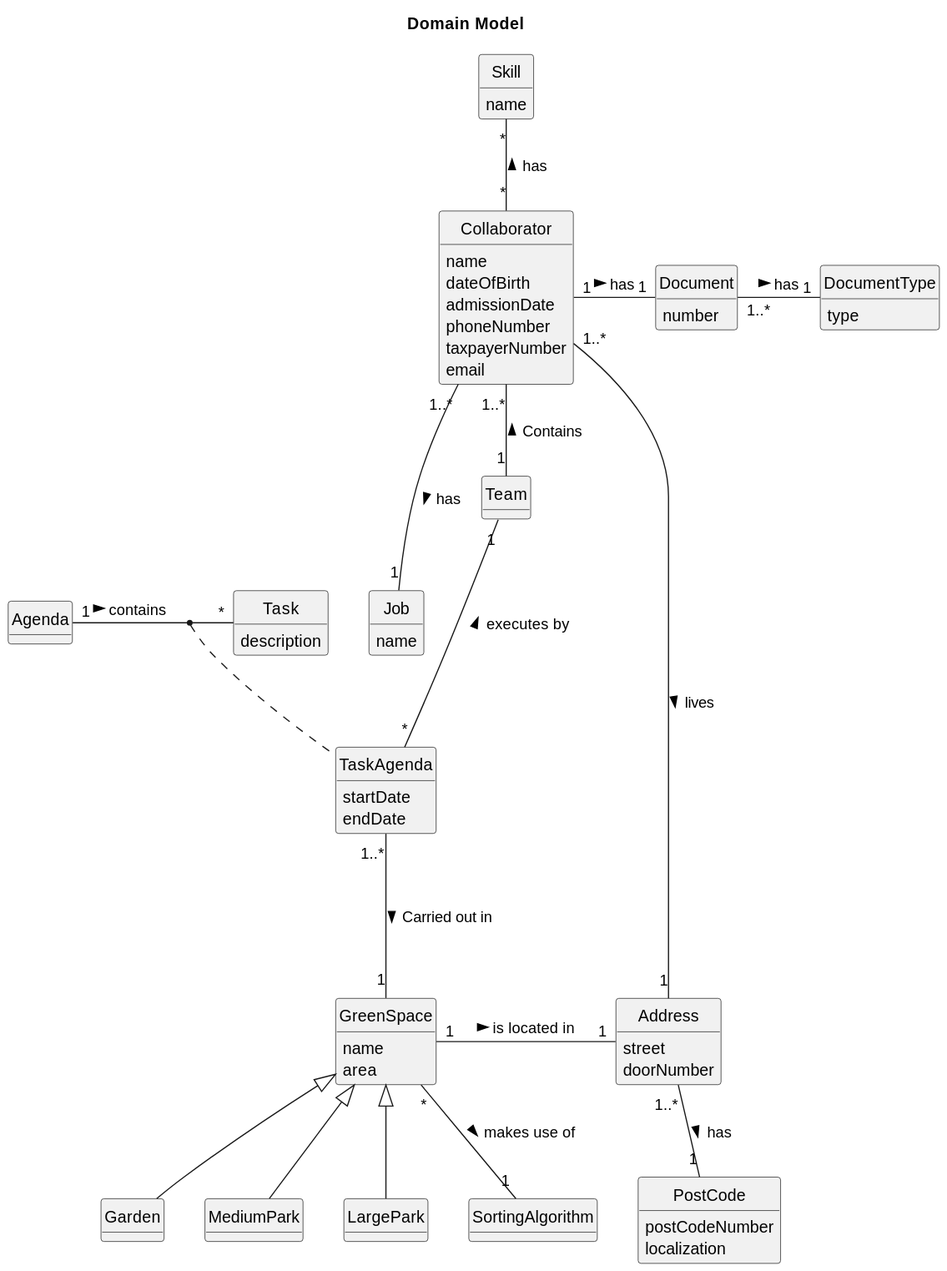
Above: docs/sprint3/us28/02.analysis/svg/us28-domain-model.svg in Departamento-de-Engenharia-Informatica/lei-24-s2-1db-g022 (PlantUML), before the change.
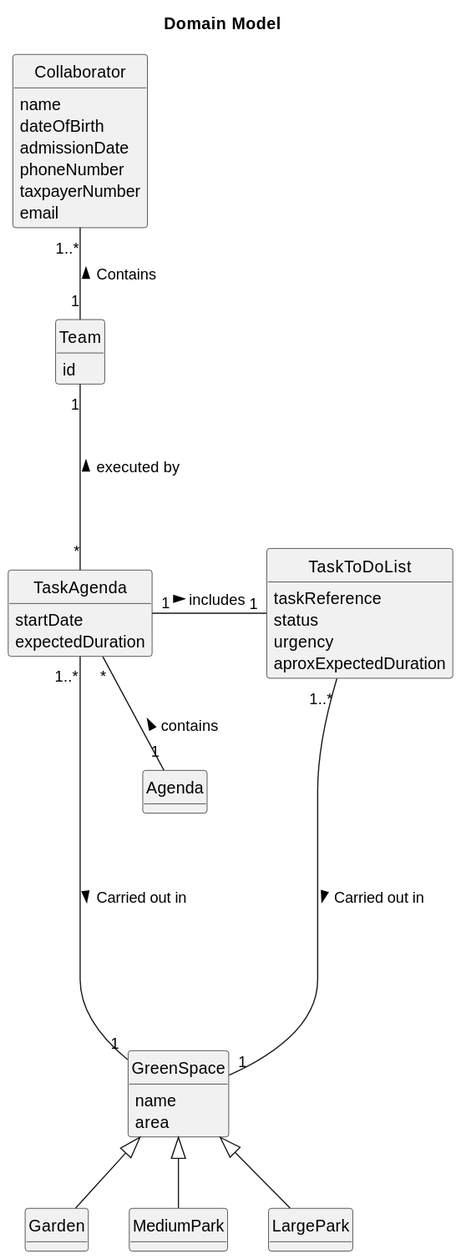
After the commit.

What changed in the source:
```diff
@@ -17,33 +17,8 @@
     email
 }
 
-class Document{
-    number
-}
-
-class DocumentType{
-    type
-}
-
-class Address {
-    street
-    doorNumber
-}
-
-class PostCode{
-    postCodeNumber
-    localization
-}
-
-class Skill{
-    name
-}
-
-class Job{
-    name
-}
-
 class Team{
+    id
 }
 
 class GreenSpace {
@@ -53,36 +28,28 @@
 
 class TaskAgenda{
     startDate
-    endDate
-}
-
-class Task {
-    description
+    expectedDuration
 }
 
 class Agenda{
 }
 
-Address "1..*" -- "1" PostCode : has >
+class TaskToDoList{
+    taskReference
+    status
+    urgency
+    aproxExpectedDuration
+}
 
-Document "1..*" - "1" DocumentType : has >
-
-Collaborator "1" - "1" Document : has >
-Collaborator "1..*" --- "1" Job : has >
-Address "1" - "1..*" Collaborator : lives <
-Skill "*" -- "*" Collaborator : has <
 Collaborator "1..*" -- "1" Team : Contains <
 
-GreenSpace "1" - "1" Address : is located in >
 GreenSpace <|-- Garden
 GreenSpace <|-- MediumPark
 GreenSpace <|-- LargePark
-GreenSpace "*" -- "1" SortingAlgorithm : makes use of >
 
 TaskAgenda "1..*" --- "1" GreenSpace :  Carried out in  >
-
-Team "1" --- "*" TaskAgenda : executes by <
-Agenda "1" - "*" Task : contains >
-
-(Task,Agenda) .. TaskAgenda
+Team "1" --- "*" TaskAgenda : executed by <
+TaskToDoList "1..*" ----- "1" GreenSpace :  Carried out in  >
+Agenda "1" -u- "*" TaskAgenda : contains >
+TaskAgenda "1" - "1" TaskToDoList : includes >
 @enduml
```
